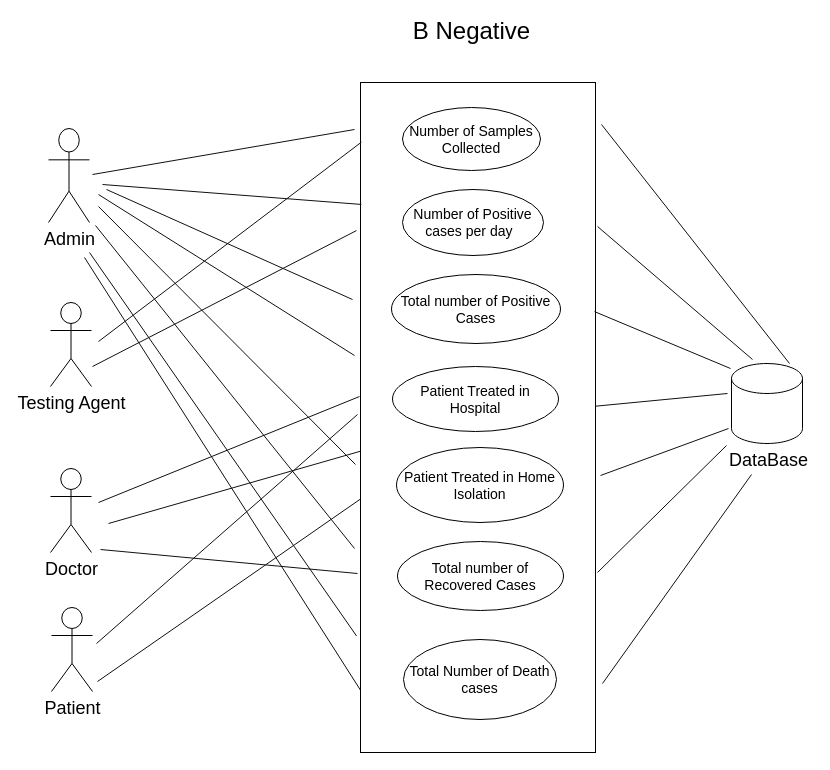
Earlier version of the draw.io diagram Untitled Diagram.drawio (AnjaliPuram/sample2-). Source tidied: cells renumbered, new cells numbered last; positions are measured from the earlier drawing's top-left corner, leaving out a move shared by most shapes. Both pictures are drawn from the tidied source at 100%, with x=0, y=0 at pixel (48, 20).
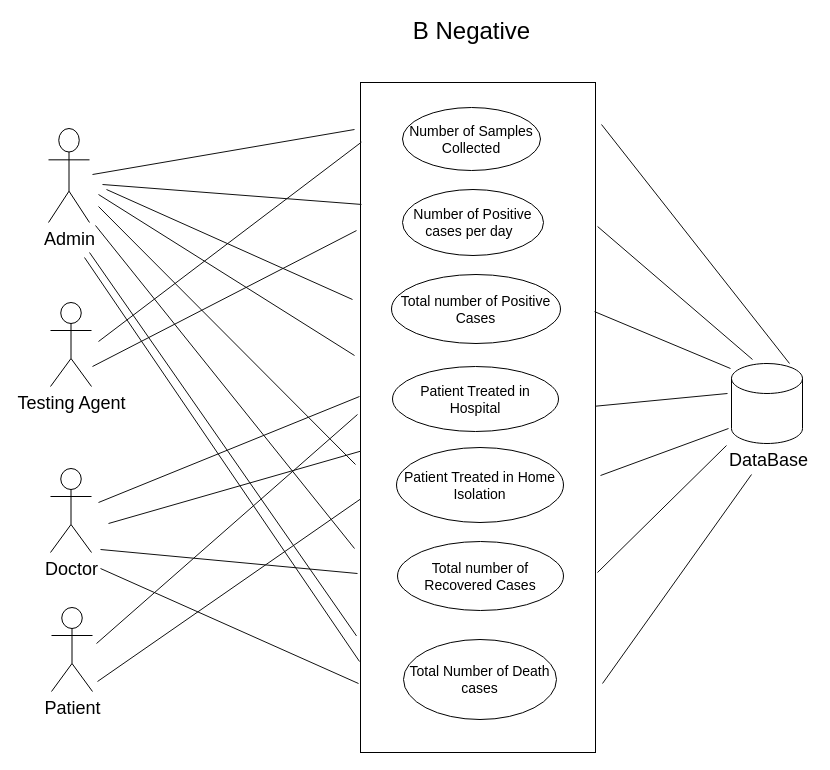
The same diagram, later.

Commit message:
B Negative Usecase

The change refers to these unchanged cells:
```xml
<mxCell id="2" style="rounded=0;whiteSpace=wrap;html=1;" parent="1" vertex="1">
  <mxGeometry x="312" y="62" width="235" height="670" as="geometry" />
</mxCell>
```

Change to the diagram source:
```diff
@@
-    <mxCell id="21" style="endArrow=none;html=1;rounded=1;strokeColor=#111111;entryX=0;entryY=0.907;entryDx=0;entryDy=0;entryPerimeter=0;" parent="1" edge="1" target="2">
+    <mxCell id="21" style="endArrow=none;html=1;rounded=1;strokeColor=#111111;" parent="1" edge="1">
       <mxGeometry relative="1" as="geometry">
         <mxPoint x="36" y="237" as="sourcePoint" />
+        <mxPoint x="311" y="641" as="targetPoint" />
       </mxGeometry>
     </mxCell>
@@
+    <mxCell id="39" style="endArrow=none;html=1;strokeColor=#111111;" parent="1" edge="1">
+      <mxGeometry relative="1" as="geometry">
+        <mxPoint x="52" y="548" as="sourcePoint" />
+        <mxPoint x="310" y="663" as="targetPoint" />
+      </mxGeometry>
+    </mxCell>
```
